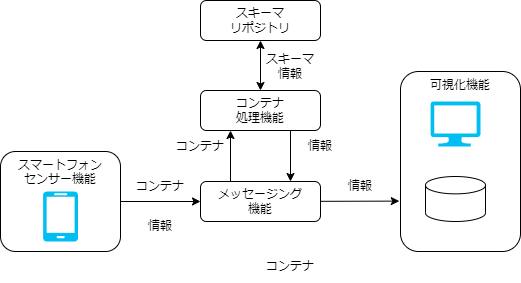
The draw.io diagram docs/testlab_system/environment/overview.drawio.png in data-container-for-wearable-sensor/StartGuide, before a commit. Source tidied: cells renumbered, new cells last; positions are measured from the earlier drawing's top-left corner, leaving out a move shared by most shapes. Source of this version:
```xml
<mxGraphModel>
  <root>
    <mxCell id="0" />
    <mxCell id="1" parent="0" />
    <mxCell id="2" style="edgeStyle=none;html=1;exitX=1;exitY=0.5;exitDx=0;exitDy=0;" parent="1" edge="1" source="3" target="5">
      <mxGeometry relative="1" as="geometry" />
    </mxCell>
    <mxCell id="3" value="&lt;span style=&quot;border-color: var(--border-color);&quot;&gt;スマートフォン&lt;/span&gt;&lt;br style=&quot;border-color: var(--border-color);&quot;&gt;&lt;span style=&quot;border-color: var(--border-color);&quot;&gt;センサー機能&lt;/span&gt;" style="rounded=1;whiteSpace=wrap;html=1;fillColor=none;verticalAlign=top;" parent="1" vertex="1">
      <mxGeometry y="151" width="120" height="100" as="geometry" />
    </mxCell>
    <mxCell id="4" style="edgeStyle=none;html=1;entryX=-0.01;entryY=0.72;entryDx=0;entryDy=0;entryPerimeter=0;" parent="1" edge="1" source="5" target="7">
      <mxGeometry relative="1" as="geometry" />
    </mxCell>
    <mxCell id="5" value="メッセージング&lt;br&gt;機能" style="rounded=1;whiteSpace=wrap;html=1;fillColor=none;" parent="1" vertex="1">
      <mxGeometry x="200" y="181" width="120" height="40" as="geometry" />
    </mxCell>
    <mxCell id="6" value="コンテナ&lt;br&gt;処理機能" style="rounded=1;whiteSpace=wrap;html=1;fillColor=none;" parent="1" vertex="1">
      <mxGeometry x="200" y="90" width="120" height="40" as="geometry" />
    </mxCell>
    <mxCell id="7" value="可視化機能" style="rounded=1;whiteSpace=wrap;html=1;fillColor=none;align=center;verticalAlign=top;" parent="1" vertex="1">
      <mxGeometry x="400" y="71" width="120" height="180" as="geometry" />
    </mxCell>
    <mxCell id="8" value="コンテナ" style="text;html=1;strokeColor=none;fillColor=none;align=center;verticalAlign=middle;whiteSpace=wrap;rounded=0;" parent="1" vertex="1">
      <mxGeometry x="260" y="251" width="60" height="30" as="geometry" />
    </mxCell>
    <mxCell id="9" value="情報" style="text;html=1;strokeColor=none;fillColor=none;align=center;verticalAlign=middle;whiteSpace=wrap;rounded=0;" parent="1" vertex="1">
      <mxGeometry x="330" y="171" width="60" height="30" as="geometry" />
    </mxCell>
    <mxCell id="10" value="コンテナ" style="text;html=1;strokeColor=none;fillColor=none;align=center;verticalAlign=middle;whiteSpace=wrap;rounded=0;" parent="1" vertex="1">
      <mxGeometry x="130" y="171" width="60" height="30" as="geometry" />
    </mxCell>
    <mxCell id="11" style="endArrow=classic;html=1;exitX=0.25;exitY=0;exitDx=0;exitDy=0;entryX=0.25;entryY=1;entryDx=0;entryDy=0;" parent="1" edge="1" source="5" target="6">
      <mxGeometry relative="1" as="geometry" />
    </mxCell>
    <mxCell id="12" style="endArrow=classic;html=1;exitX=0.75;exitY=1;exitDx=0;exitDy=0;entryX=0.75;entryY=0;entryDx=0;entryDy=0;" parent="1" edge="1" source="6" target="5">
      <mxGeometry relative="1" as="geometry" />
    </mxCell>
    <mxCell id="13" value="情報" style="text;html=1;strokeColor=none;fillColor=none;align=center;verticalAlign=middle;whiteSpace=wrap;rounded=0;" parent="1" vertex="1">
      <mxGeometry x="130" y="211" width="60" height="30" as="geometry" />
    </mxCell>
    <mxCell id="14" style="verticalLabelPosition=bottom;html=1;verticalAlign=top;align=center;strokeColor=none;fillColor=#00BEF2;shape=mxgraph.azure.mobile;" parent="1" vertex="1">
      <mxGeometry x="42.5" y="191" width="35" height="50" as="geometry" />
    </mxCell>
    <mxCell id="15" style="verticalLabelPosition=bottom;html=1;verticalAlign=top;align=center;strokeColor=none;fillColor=#00BEF2;shape=mxgraph.azure.computer;" parent="1" vertex="1">
      <mxGeometry x="430" y="101" width="50" height="45" as="geometry" />
    </mxCell>
    <mxCell id="16" value="スキーマ&lt;br&gt;リポジトリ" style="rounded=1;whiteSpace=wrap;html=1;fillColor=none;" parent="1" vertex="1">
      <mxGeometry x="200" width="120" height="40" as="geometry" />
    </mxCell>
    <mxCell id="17" style="shape=cylinder3;whiteSpace=wrap;html=1;boundedLbl=1;backgroundOutline=1;size=8.676963806152344;" parent="1" vertex="1">
      <mxGeometry x="425" y="176" width="60" height="45" as="geometry" />
    </mxCell>
    <mxCell id="18" value="コンテナ" style="text;html=1;strokeColor=none;fillColor=none;align=center;verticalAlign=middle;whiteSpace=wrap;rounded=0;" parent="1" vertex="1">
      <mxGeometry x="170" y="131" width="60" height="30" as="geometry" />
    </mxCell>
    <mxCell id="19" value="情報" style="text;html=1;strokeColor=none;fillColor=none;align=center;verticalAlign=middle;whiteSpace=wrap;rounded=0;" parent="1" vertex="1">
      <mxGeometry x="290" y="131" width="60" height="30" as="geometry" />
    </mxCell>
    <mxCell id="20" value="スキーマ情報" style="text;html=1;strokeColor=none;fillColor=none;align=center;verticalAlign=middle;whiteSpace=wrap;rounded=0;" parent="1" vertex="1">
      <mxGeometry x="260" y="51" width="60" height="30" as="geometry" />
    </mxCell>
    <mxCell id="21" style="endArrow=classic;startArrow=classic;html=1;entryX=0.5;entryY=1;entryDx=0;entryDy=0;exitX=0.5;exitY=0;exitDx=0;exitDy=0;" parent="1" edge="1" source="6" target="16">
      <mxGeometry relative="1" as="geometry" />
    </mxCell>
  </root>
</mxGraphModel>
```
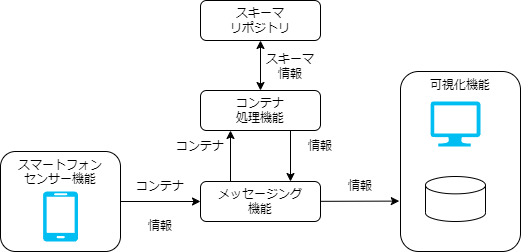
The same file after the commit.

Commit message:
update overview(testlab)

Change to the diagram source:
```diff
@@ -20,9 +20,6 @@
     <mxCell id="7" value="可視化機能" style="rounded=1;whiteSpace=wrap;html=1;fillColor=none;align=center;verticalAlign=top;" parent="1" vertex="1">
       <mxGeometry x="400" y="71" width="120" height="180" as="geometry" />
     </mxCell>
-    <mxCell id="8" value="コンテナ" style="text;html=1;strokeColor=none;fillColor=none;align=center;verticalAlign=middle;whiteSpace=wrap;rounded=0;" parent="1" vertex="1">
-      <mxGeometry x="260" y="251" width="60" height="30" as="geometry" />
-    </mxCell>
     <mxCell id="9" value="情報" style="text;html=1;strokeColor=none;fillColor=none;align=center;verticalAlign=middle;whiteSpace=wrap;rounded=0;" parent="1" vertex="1">
       <mxGeometry x="330" y="171" width="60" height="30" as="geometry" />
     </mxCell>
```
